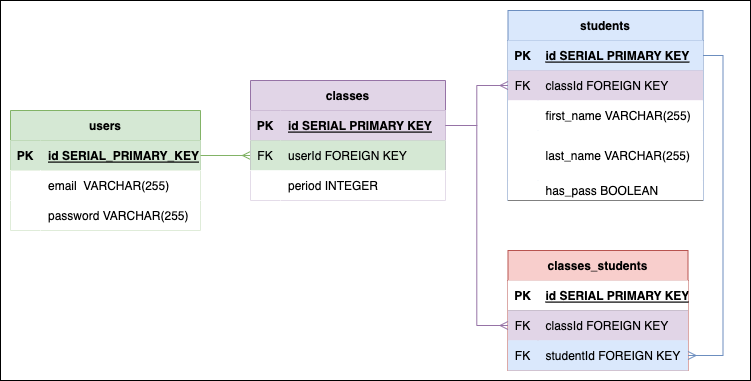
Above: hallpassERD.drawio.png in snacksident/hallpass-logger (draw.io), before the change. Source tidied: cells renumbered, new cells last; positions are measured from the earlier drawing's top-left corner, leaving out a move shared by most shapes.
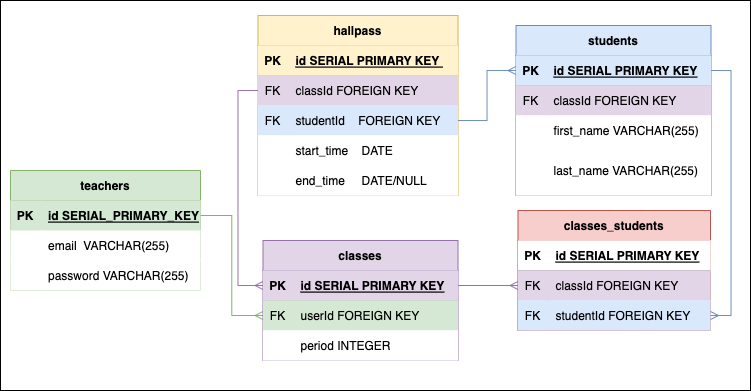
After the commit.

Commit message:
add hallpass table to erd

Change to the diagram source:
```diff
@@ -3,10 +3,10 @@
     <mxCell id="0" />
     <mxCell id="1" parent="0" />
     <mxCell id="2" style="rounded=0;whiteSpace=wrap;html=1;fillColor=#FFFFFF;" parent="1" vertex="1">
-      <mxGeometry width="750" height="380" as="geometry" />
+      <mxGeometry x="-10" y="-150" width="750" height="390" as="geometry" />
     </mxCell>
-    <mxCell id="3" value="users" style="shape=table;startSize=30;rowLines=0;fontStyle=1;align=center;fillColor=#d5e8d4;strokeColor=#82b366;" parent="1" vertex="1">
-      <mxGeometry x="10" y="110" width="190" height="120" as="geometry" />
+    <mxCell id="3" value="teachers" style="shape=table;startSize=30;rowLines=0;fontStyle=1;align=center;fillColor=#d5e8d4;strokeColor=#82b366;" parent="1" vertex="1">
+      <mxGeometry y="20" width="190" height="120" as="geometry" />
     </mxCell>
     <mxCell id="4" style="shape=tableRow;horizontal=0;startSize=0;swimlaneHead=0;swimlaneBody=0;fillColor=#d5e8d4;points=[[0,0.5],[1,0.5]];portConstraint=eastwest;top=0;left=0;right=0;bottom=1;strokeColor=#82b366;" parent="3" vertex="1">
       <mxGeometry y="30" width="190" height="30" as="geometry" />
@@ -36,7 +36,7 @@
       <mxGeometry x="30" width="160" height="30" as="geometry" />
     </mxCell>
     <mxCell id="13" value="students" style="shape=table;startSize=30;rowLines=0;fontStyle=1;align=center;strokeColor=#6c8ebf;fillColor=#dae8fc;" parent="1" vertex="1">
-      <mxGeometry x="507.5" y="10" width="195" height="190" as="geometry" />
+      <mxGeometry x="505.5" y="-125" width="195" height="170" as="geometry" />
     </mxCell>
     <mxCell id="14" style="shape=tableRow;horizontal=0;startSize=0;swimlaneHead=0;swimlaneBody=0;points=[[0,0.5],[1,0.5]];portConstraint=eastwest;top=0;left=0;right=0;bottom=1;fillColor=#dae8fc;strokeColor=#6c8ebf;" parent="13" vertex="1">
       <mxGeometry y="30" width="195" height="30" as="geometry" />
@@ -74,20 +74,11 @@
     <mxCell id="25" value="last_name VARCHAR(255)" style="shape=partialRectangle;top=0;left=0;bottom=0;right=0;align=left;spacingLeft=6;fontStyle=0;overflow=hidden;" parent="23" vertex="1">
       <mxGeometry x="30" width="165" height="50" as="geometry" />
     </mxCell>
-    <mxCell id="26" style="shape=tableRow;horizontal=0;startSize=0;swimlaneHead=0;swimlaneBody=0;top=0;left=0;right=0;bottom=1;" parent="13" vertex="1">
-      <mxGeometry y="170" width="195" height="20" as="geometry" />
-    </mxCell>
-    <mxCell id="27" style="shape=partialRectangle;top=0;left=0;bottom=0;right=0;fontStyle=1;overflow=hidden;" parent="26" vertex="1">
-      <mxGeometry width="30" height="20" as="geometry" />
-    </mxCell>
-    <mxCell id="28" value="has_pass BOOLEAN" style="shape=partialRectangle;top=0;left=0;bottom=0;right=0;align=left;spacingLeft=6;fontStyle=0;overflow=hidden;" parent="26" vertex="1">
-      <mxGeometry x="30" width="165" height="20" as="geometry" />
-    </mxCell>
     <mxCell id="29" style="edgeStyle=orthogonalEdgeStyle;rounded=0;jettySize=auto;html=1;endArrow=ERmany;endFill=0;entryX=0;entryY=0.5;entryDx=0;entryDy=0;fillColor=#d5e8d4;strokeColor=#82b366;" parent="1" edge="1" source="4" target="34">
       <mxGeometry relative="1" as="geometry" />
     </mxCell>
     <mxCell id="30" value="classes" style="shape=table;startSize=30;rowLines=0;fontStyle=1;align=center;strokeColor=#9673a6;fillColor=#e1d5e7;" parent="1" vertex="1">
-      <mxGeometry x="250" y="80" width="195" height="120" as="geometry" />
+      <mxGeometry x="252.5" y="90" width="195" height="120" as="geometry" />
     </mxCell>
     <mxCell id="31" style="shape=tableRow;horizontal=0;startSize=0;swimlaneHead=0;swimlaneBody=0;fillColor=#e1d5e7;points=[[0,0.5],[1,0.5]];portConstraint=eastwest;top=0;left=0;right=0;bottom=1;strokeColor=#9673a6;" parent="30" vertex="1">
       <mxGeometry y="30" width="195" height="30" as="geometry" />
@@ -116,38 +107,35 @@
     <mxCell id="39" value="period INTEGER" style="shape=partialRectangle;fillColor=#FFFFFF;top=0;left=0;bottom=0;right=0;align=left;spacingLeft=6;overflow=hidden;strokeColor=#009900;" parent="37" vertex="1">
       <mxGeometry x="30" width="165" height="30" as="geometry" />
     </mxCell>
-    <mxCell id="40" style="edgeStyle=orthogonalEdgeStyle;rounded=0;jettySize=auto;html=1;exitX=1;exitY=0.5;exitDx=0;exitDy=0;entryX=0;entryY=0.5;entryDx=0;entryDy=0;endArrow=ERmany;endFill=0;fillColor=#e1d5e7;strokeColor=#9673a6;" parent="1" edge="1" source="31" target="17">
-      <mxGeometry relative="1" as="geometry" />
-    </mxCell>
     <mxCell id="41" value="classes_students" style="shape=table;startSize=30;rowLines=0;fontStyle=1;align=center;strokeColor=#b85450;fillColor=#f8cecc;" parent="1" vertex="1">
-      <mxGeometry x="507.5" y="250" width="180" height="120" as="geometry" />
+      <mxGeometry x="507.5" y="60" width="192.5" height="120" as="geometry" />
     </mxCell>
     <mxCell id="42" style="shape=tableRow;horizontal=0;startSize=0;swimlaneHead=0;swimlaneBody=0;top=0;left=0;right=0;bottom=1;" parent="41" vertex="1">
-      <mxGeometry y="30" width="180" height="30" as="geometry" />
+      <mxGeometry y="30" width="192.5" height="30" as="geometry" />
     </mxCell>
     <mxCell id="43" value="PK" style="shape=partialRectangle;top=0;left=0;bottom=0;right=0;fontStyle=1;overflow=hidden;" parent="42" vertex="1">
       <mxGeometry width="30" height="30" as="geometry" />
     </mxCell>
     <mxCell id="44" value="id SERIAL PRIMARY KEY" style="shape=partialRectangle;top=0;left=0;bottom=0;right=0;align=left;spacingLeft=6;fontStyle=5;overflow=hidden;" parent="42" vertex="1">
-      <mxGeometry x="30" width="150" height="30" as="geometry" />
+      <mxGeometry x="30" width="162.5" height="30" as="geometry" />
     </mxCell>
     <mxCell id="45" style="shape=tableRow;horizontal=0;startSize=0;swimlaneHead=0;swimlaneBody=0;points=[[0,0.5],[1,0.5]];portConstraint=eastwest;top=0;left=0;right=0;bottom=0;fillColor=#e1d5e7;strokeColor=#9673a6;" parent="41" vertex="1">
-      <mxGeometry y="60" width="180" height="30" as="geometry" />
+      <mxGeometry y="60" width="192.5" height="30" as="geometry" />
     </mxCell>
     <mxCell id="46" value="FK" style="shape=partialRectangle;top=0;left=0;bottom=0;right=0;overflow=hidden;fillColor=#e1d5e7;strokeColor=#9673a6;" parent="45" vertex="1">
       <mxGeometry width="30" height="30" as="geometry" />
     </mxCell>
     <mxCell id="47" value="classId FOREIGN KEY" style="shape=partialRectangle;top=0;left=0;bottom=0;right=0;align=left;spacingLeft=6;overflow=hidden;fillColor=#e1d5e7;strokeColor=#9673a6;" parent="45" vertex="1">
-      <mxGeometry x="30" width="150" height="30" as="geometry" />
+      <mxGeometry x="30" width="162.5" height="30" as="geometry" />
     </mxCell>
     <mxCell id="48" style="shape=tableRow;horizontal=0;startSize=0;swimlaneHead=0;swimlaneBody=0;points=[[0,0.5],[1,0.5]];portConstraint=eastwest;top=0;left=0;right=0;bottom=0;fillColor=#dae8fc;strokeColor=#6c8ebf;" parent="41" vertex="1">
-      <mxGeometry y="90" width="180" height="30" as="geometry" />
+      <mxGeometry y="90" width="192.5" height="30" as="geometry" />
     </mxCell>
     <mxCell id="49" value="FK" style="shape=partialRectangle;top=0;left=0;bottom=0;right=0;overflow=hidden;fillColor=#dae8fc;strokeColor=#6c8ebf;" parent="48" vertex="1">
       <mxGeometry width="30" height="30" as="geometry" />
     </mxCell>
     <mxCell id="50" value="studentId FOREIGN KEY" style="shape=partialRectangle;top=0;left=0;bottom=0;right=0;align=left;spacingLeft=6;overflow=hidden;fillColor=#dae8fc;strokeColor=#6c8ebf;" parent="48" vertex="1">
-      <mxGeometry x="30" width="150" height="30" as="geometry" />
+      <mxGeometry x="30" width="162.5" height="30" as="geometry" />
     </mxCell>
     <mxCell id="51" style="edgeStyle=orthogonalEdgeStyle;rounded=0;jettySize=auto;html=1;exitX=1;exitY=0.5;exitDx=0;exitDy=0;entryX=0;entryY=0.5;entryDx=0;entryDy=0;endArrow=ERmany;endFill=0;fillColor=#e1d5e7;strokeColor=#9673a6;" parent="1" edge="1" source="31" target="45">
       <mxGeometry relative="1" as="geometry" />
@@ -155,5 +143,59 @@
     <mxCell id="52" style="edgeStyle=orthogonalEdgeStyle;rounded=0;jettySize=auto;html=1;exitX=1;exitY=0.5;exitDx=0;exitDy=0;entryX=1;entryY=0.5;entryDx=0;entryDy=0;endArrow=ERmany;endFill=0;fillColor=#dae8fc;strokeColor=#6c8ebf;" parent="1" edge="1" source="14" target="48">
       <mxGeometry relative="1" as="geometry" />
     </mxCell>
+    <mxCell id="53" value="hallpass" style="shape=table;startSize=30;rowLines=0;fontStyle=1;align=center;fillColor=#fff2cc;strokeColor=#d6b656;" parent="1" vertex="1">
+      <mxGeometry x="247.5" y="-135" width="200" height="180" as="geometry" />
+    </mxCell>
+    <mxCell id="54" style="shape=tableRow;horizontal=0;startSize=0;swimlaneHead=0;swimlaneBody=0;fillColor=#fff2cc;top=0;left=0;right=0;bottom=1;strokeColor=#d6b656;" parent="53" vertex="1">
+      <mxGeometry y="30" width="200" height="30" as="geometry" />
+    </mxCell>
+    <mxCell id="55" value="PK" style="shape=partialRectangle;fillColor=#fff2cc;top=0;left=0;bottom=0;right=0;fontStyle=1;overflow=hidden;strokeColor=#d6b656;" parent="54" vertex="1">
+      <mxGeometry width="30" height="30" as="geometry" />
+    </mxCell>
+    <mxCell id="56" value="id SERIAL PRIMARY KEY " style="shape=partialRectangle;fillColor=#fff2cc;top=0;left=0;bottom=0;right=0;align=left;spacingLeft=6;fontStyle=5;overflow=hidden;strokeColor=#d6b656;" parent="54" vertex="1">
+      <mxGeometry x="30" width="170" height="30" as="geometry" />
+    </mxCell>
+    <mxCell id="57" style="shape=tableRow;horizontal=0;startSize=0;swimlaneHead=0;swimlaneBody=0;points=[[0,0.5],[1,0.5]];portConstraint=eastwest;top=0;left=0;right=0;bottom=0;fillColor=#e1d5e7;strokeColor=#9673a6;" parent="53" vertex="1">
+      <mxGeometry y="60" width="200" height="30" as="geometry" />
+    </mxCell>
+    <mxCell id="58" value="FK" style="shape=partialRectangle;top=0;left=0;bottom=0;right=0;overflow=hidden;fillColor=#e1d5e7;strokeColor=#9673a6;" parent="57" vertex="1">
+      <mxGeometry width="30" height="30" as="geometry" />
+    </mxCell>
+    <mxCell id="59" value="classId FOREIGN KEY" style="shape=partialRectangle;top=0;left=0;bottom=0;right=0;align=left;spacingLeft=6;overflow=hidden;fillColor=#e1d5e7;strokeColor=#9673a6;" parent="57" vertex="1">
+      <mxGeometry x="30" width="170" height="30" as="geometry" />
+    </mxCell>
+    <mxCell id="60" style="shape=tableRow;horizontal=0;startSize=0;swimlaneHead=0;swimlaneBody=0;points=[[0,0.5],[1,0.5]];portConstraint=eastwest;top=0;left=0;right=0;bottom=0;fillColor=#dae8fc;strokeColor=#6c8ebf;" parent="53" vertex="1">
+      <mxGeometry y="90" width="200" height="30" as="geometry" />
+    </mxCell>
+    <mxCell id="61" value="FK" style="shape=partialRectangle;top=0;left=0;bottom=0;right=0;overflow=hidden;fillColor=#dae8fc;strokeColor=#6c8ebf;" parent="60" vertex="1">
+      <mxGeometry width="30" height="30" as="geometry" />
+    </mxCell>
+    <mxCell id="62" value="studentId    FOREIGN KEY" style="shape=partialRectangle;top=0;left=0;bottom=0;right=0;align=left;spacingLeft=6;overflow=hidden;fillColor=#dae8fc;strokeColor=#6c8ebf;" parent="60" vertex="1">
+      <mxGeometry x="30" width="170" height="30" as="geometry" />
+    </mxCell>
+    <mxCell id="63" style="shape=tableRow;horizontal=0;startSize=0;swimlaneHead=0;swimlaneBody=0;top=0;left=0;right=0;bottom=0;" parent="53" vertex="1">
+      <mxGeometry y="120" width="200" height="30" as="geometry" />
+    </mxCell>
+    <mxCell id="64" style="shape=partialRectangle;top=0;left=0;bottom=0;right=0;overflow=hidden;" parent="63" vertex="1">
+      <mxGeometry width="30" height="30" as="geometry" />
+    </mxCell>
+    <mxCell id="65" value="start_time    DATE" style="shape=partialRectangle;top=0;left=0;bottom=0;right=0;align=left;spacingLeft=6;overflow=hidden;" parent="63" vertex="1">
+      <mxGeometry x="30" width="170" height="30" as="geometry" />
+    </mxCell>
+    <mxCell id="66" style="shape=tableRow;horizontal=0;startSize=0;swimlaneHead=0;swimlaneBody=0;top=0;left=0;right=0;bottom=0;" parent="53" vertex="1">
+      <mxGeometry y="150" width="200" height="30" as="geometry" />
+    </mxCell>
+    <mxCell id="67" style="shape=partialRectangle;top=0;left=0;bottom=0;right=0;overflow=hidden;" parent="66" vertex="1">
+      <mxGeometry width="30" height="30" as="geometry" />
+    </mxCell>
+    <mxCell id="68" value="end_time     DATE/NULL" style="shape=partialRectangle;top=0;left=0;bottom=0;right=0;align=left;spacingLeft=6;overflow=hidden;" parent="66" vertex="1">
+      <mxGeometry x="30" width="170" height="30" as="geometry" />
+    </mxCell>
+    <mxCell id="69" style="edgeStyle=orthogonalEdgeStyle;rounded=0;jettySize=auto;html=1;exitX=1;exitY=0.5;exitDx=0;exitDy=0;entryX=0;entryY=0.5;entryDx=0;entryDy=0;endArrow=ERmany;endFill=0;fillColor=#dae8fc;strokeColor=#6c8ebf;" parent="1" edge="1" source="60" target="14">
+      <mxGeometry relative="1" as="geometry" />
+    </mxCell>
+    <mxCell id="70" style="edgeStyle=orthogonalEdgeStyle;rounded=0;jettySize=auto;html=1;entryX=0;entryY=0.5;entryDx=0;entryDy=0;endArrow=ERmany;endFill=0;exitX=0;exitY=0.5;exitDx=0;exitDy=0;fillColor=#e1d5e7;strokeColor=#9673a6;" parent="1" edge="1" source="57" target="31">
+      <mxGeometry relative="1" as="geometry" />
+    </mxCell>
   </root>
 </mxGraphModel>
```
